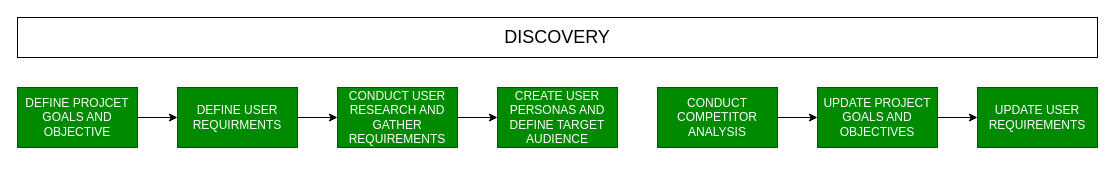
Before: CARPOOL Milestone.drawio in eamankyim/eamankyim, a draw.io diagram. Source tidied: cells renumbered, new cells numbered last; positions are measured from the earlier drawing's top-left corner, leaving out a move shared by most shapes. Both pictures are drawn from the tidied source at 100%, with x=0, y=0 at pixel (17, 17).
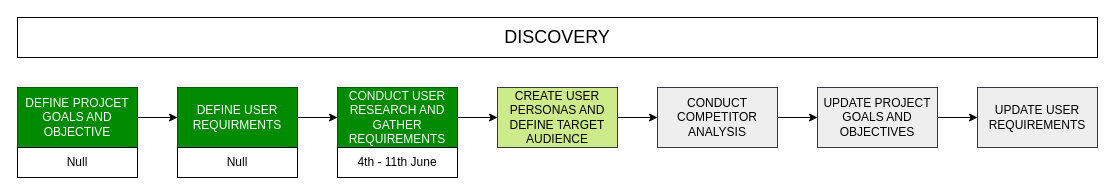
The same diagram, later.

Diff of the diagram source:
```diff
@@
 <mxGraphModel>
   <root>
     <mxCell id="0" />
     <mxCell id="1" parent="0" />
     <mxCell id="2" value="&lt;font style=&quot;font-size: 18px;&quot;&gt;DISCOVERY&lt;/font&gt;" style="rounded=0;whiteSpace=wrap;html=1;" parent="1" vertex="1">
       <mxGeometry width="1080" height="40" as="geometry" />
     </mxCell>
     <mxCell id="3" style="edgeStyle=orthogonalEdgeStyle;rounded=0;jettySize=auto;html=1;" parent="1" edge="1" source="4" target="6">
       <mxGeometry relative="1" as="geometry" />
     </mxCell>
     <mxCell id="4" value="DEFINE PROJCET GOALS AND OBJECTIVE" style="rounded=0;whiteSpace=wrap;html=1;fillColor=#008a00;fontColor=#ffffff;strokeColor=#005700;" parent="1" vertex="1">
       <mxGeometry y="70" width="120" height="60" as="geometry" />
     </mxCell>
     <mxCell id="5" style="edgeStyle=orthogonalEdgeStyle;rounded=0;jettySize=auto;html=1;" parent="1" edge="1" source="6" target="8">
       <mxGeometry relative="1" as="geometry" />
     </mxCell>
     <mxCell id="6" value="DEFINE USER REQUIRMENTS" style="rounded=0;whiteSpace=wrap;html=1;fillColor=#008a00;fontColor=#ffffff;strokeColor=#005700;" parent="1" vertex="1">
       <mxGeometry x="160" y="70" width="120" height="60" as="geometry" />
     </mxCell>
     <mxCell id="7" style="edgeStyle=orthogonalEdgeStyle;rounded=0;jettySize=auto;html=1;" parent="1" edge="1" source="8" target="9">
       <mxGeometry relative="1" as="geometry" />
     </mxCell>
     <mxCell id="8" value="CONDUCT USER RESEARCH AND GATHER REQUIREMENTS" style="rounded=0;whiteSpace=wrap;html=1;fillColor=#008a00;fontColor=#ffffff;strokeColor=#005700;" parent="1" vertex="1">
       <mxGeometry x="320" y="70" width="120" height="60" as="geometry" />
     </mxCell>
+    <mxCell id="15" style="edgeStyle=orthogonalEdgeStyle;rounded=0;jettySize=auto;html=1;" parent="1" edge="1" source="9" target="11">
+      <mxGeometry relative="1" as="geometry" />
+    </mxCell>
-    <mxCell id="9" value="CREATE USER PERSONAS AND DEFINE TARGET AUDIENCE" style="rounded=0;whiteSpace=wrap;html=1;fillColor=#008a00;fontColor=#ffffff;strokeColor=#005700;" parent="1" vertex="1">
+    <mxCell id="9" value="CREATE USER PERSONAS AND DEFINE TARGET AUDIENCE" style="rounded=0;whiteSpace=wrap;html=1;fillColor=#cdeb8b;strokeColor=#36393d;" parent="1" vertex="1">
       <mxGeometry x="480" y="70" width="120" height="60" as="geometry" />
     </mxCell>
     <mxCell id="10" style="edgeStyle=orthogonalEdgeStyle;rounded=0;jettySize=auto;html=1;" parent="1" edge="1" source="11" target="13">
       <mxGeometry relative="1" as="geometry" />
     </mxCell>
-    <mxCell id="11" value="CONDUCT COMPETITOR ANALYSIS" style="rounded=0;whiteSpace=wrap;html=1;fillColor=#008a00;fontColor=#ffffff;strokeColor=#005700;" parent="1" vertex="1">
+    <mxCell id="11" value="CONDUCT COMPETITOR ANALYSIS" style="rounded=0;whiteSpace=wrap;html=1;fillColor=#eeeeee;strokeColor=#36393d;" parent="1" vertex="1">
       <mxGeometry x="640" y="70" width="120" height="60" as="geometry" />
     </mxCell>
     <mxCell id="12" style="edgeStyle=orthogonalEdgeStyle;rounded=0;jettySize=auto;html=1;" parent="1" edge="1" source="13" target="14">
       <mxGeometry relative="1" as="geometry" />
     </mxCell>
-    <mxCell id="13" value="UPDATE PROJECT GOALS AND OBJECTIVES" style="rounded=0;whiteSpace=wrap;html=1;fillColor=#008a00;fontColor=#ffffff;strokeColor=#005700;" parent="1" vertex="1">
+    <mxCell id="13" value="UPDATE PROJECT GOALS AND OBJECTIVES" style="rounded=0;whiteSpace=wrap;html=1;fillColor=#eeeeee;strokeColor=#36393d;" parent="1" vertex="1">
       <mxGeometry x="800" y="70" width="120" height="60" as="geometry" />
     </mxCell>
-    <mxCell id="14" value="UPDATE USER REQUIREMENTS" style="rounded=0;whiteSpace=wrap;html=1;fillColor=#008a00;fontColor=#ffffff;strokeColor=#005700;" parent="1" vertex="1">
+    <mxCell id="14" value="UPDATE USER REQUIREMENTS" style="rounded=0;whiteSpace=wrap;html=1;fillColor=#eeeeee;strokeColor=#36393d;" parent="1" vertex="1">
       <mxGeometry x="960" y="70" width="120" height="60" as="geometry" />
     </mxCell>
+    <mxCell id="16" value="Null" style="rounded=0;whiteSpace=wrap;html=1;" parent="1" vertex="1">
+      <mxGeometry y="130" width="120" height="30" as="geometry" />
+    </mxCell>
+    <mxCell id="17" value="Null" style="rounded=0;whiteSpace=wrap;html=1;" parent="1" vertex="1">
+      <mxGeometry x="160" y="130" width="120" height="30" as="geometry" />
+    </mxCell>
+    <mxCell id="18" value="4th - 11th June" style="rounded=0;whiteSpace=wrap;html=1;" parent="1" vertex="1">
+      <mxGeometry x="320" y="130" width="120" height="30" as="geometry" />
+    </mxCell>
   </root>
 </mxGraphModel>
```
